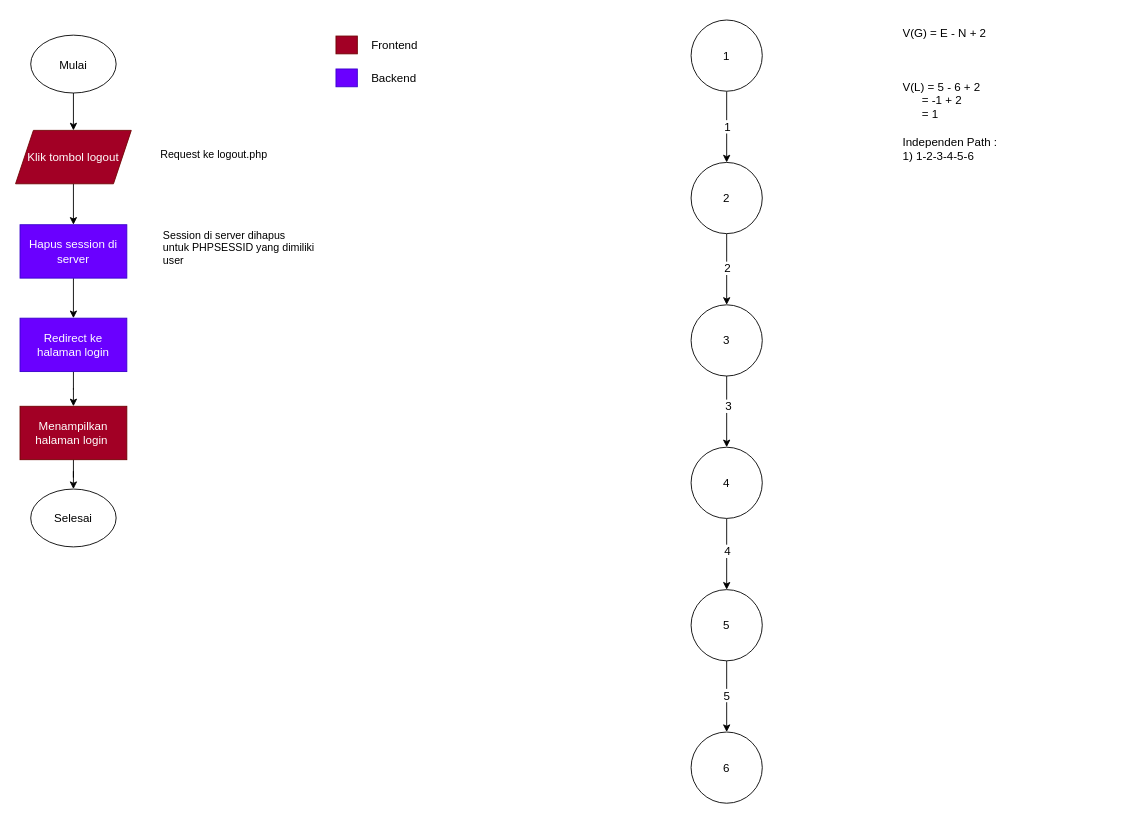
This is flowgraph/F04-logout-flowgraph/F04-logout-flowgraph.drawio from LRamdhan/white-box-testing-web-ulangan, a draw.io file, before an edit. Source tidied: cells renumbered, new cells numbered last; positions are measured from the earlier drawing's top-left corner, leaving out a move shared by most shapes. Both pictures are drawn from the tidied source at 89%, with x=0, y=0 at pixel (15, 20).
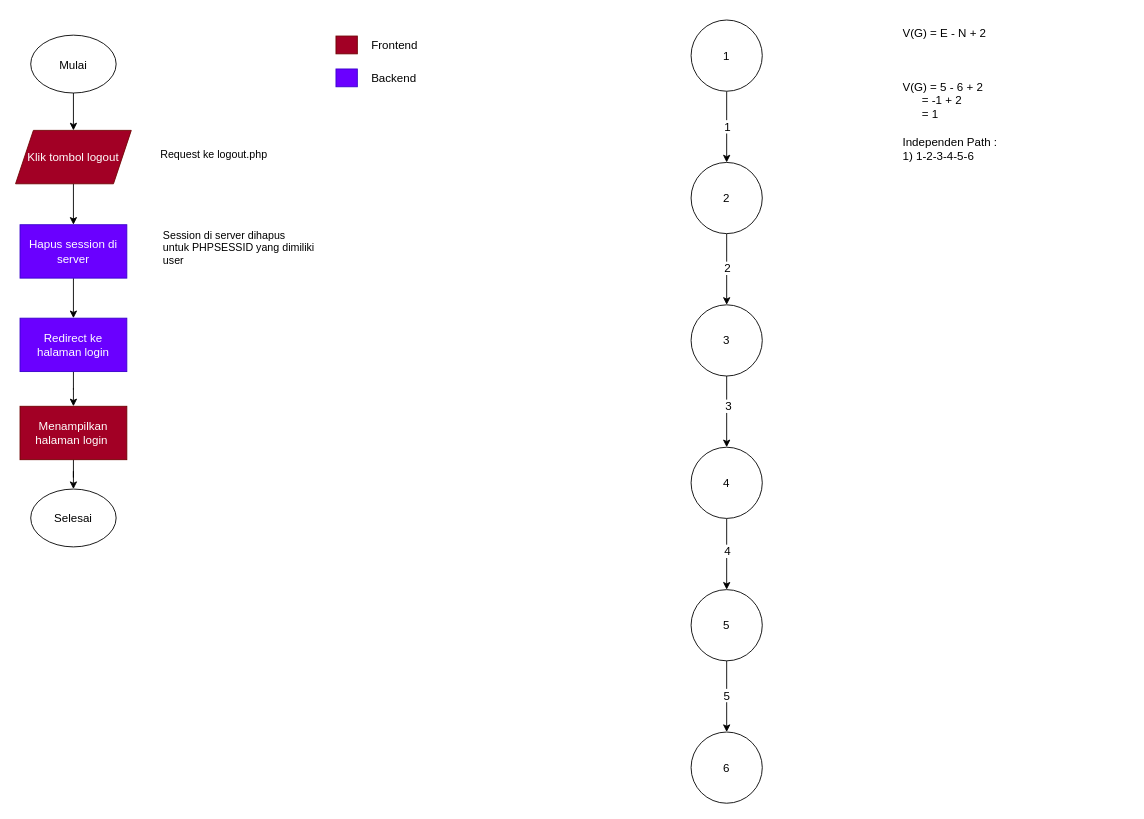
After the change.

The edit, as a diff of the source:
```diff
@@
-    <mxCell id="9" value="&lt;h3 style=&quot;font-size: 13px;&quot;&gt;&lt;span style=&quot;font-weight: 400; font-size: 13px;&quot;&gt;&lt;font style=&quot;font-size: 13px;&quot;&gt;V(G) = E - N + 2&lt;/font&gt;&lt;/span&gt;&lt;/h3&gt;&lt;div style=&quot;font-size: 13px;&quot;&gt;&lt;span style=&quot;font-weight: 400; font-size: 13px;&quot;&gt;&lt;font style=&quot;font-size: 13px;&quot;&gt;&lt;br style=&quot;font-size: 13px;&quot;&gt;&lt;/font&gt;&lt;/span&gt;&lt;/div&gt;&lt;div style=&quot;font-size: 13px;&quot;&gt;&lt;span style=&quot;font-weight: 400; font-size: 13px;&quot;&gt;&lt;font style=&quot;font-size: 13px;&quot;&gt;&lt;br style=&quot;font-size: 13px;&quot;&gt;&lt;/font&gt;&lt;/span&gt;&lt;/div&gt;&lt;div style=&quot;font-size: 13px;&quot;&gt;&lt;span style=&quot;font-weight: 400; font-size: 13px;&quot;&gt;&lt;font style=&quot;font-size: 13px;&quot;&gt;V(L) = 5 - 6 + 2&lt;/font&gt;&lt;/span&gt;&lt;/div&gt;&lt;div style=&quot;font-size: 13px;&quot;&gt;&lt;span style=&quot;font-weight: 400; font-size: 13px;&quot;&gt;&lt;font style=&quot;font-size: 13px;&quot;&gt;&amp;nbsp;&amp;nbsp;&lt;span style=&quot;font-size: 13px;&quot;&gt;&lt;span style=&quot;white-space: pre; font-size: 13px;&quot;&gt;&amp;nbsp;&amp;nbsp;&amp;nbsp;&amp;nbsp;&lt;/span&gt;&lt;/span&gt;= -1 + 2&lt;/font&gt;&lt;/span&gt;&lt;/div&gt;&lt;div style=&quot;font-size: 13px;&quot;&gt;&lt;span style=&quot;font-weight: 400; font-size: 13px;&quot;&gt;&lt;font style=&quot;font-size: 13px;&quot;&gt;&lt;span style=&quot;font-size: 13px;&quot;&gt;&lt;span style=&quot;white-space: pre; font-size: 13px;&quot;&gt;&amp;nbsp;&amp;nbsp;&amp;nbsp;&amp;nbsp;  &lt;/span&gt;&lt;/span&gt;= 1&lt;br style=&quot;font-size: 13px;&quot;&gt;&lt;/font&gt;&lt;/span&gt;&lt;/div&gt;&lt;div style=&quot;font-size: 13px;&quot;&gt;&lt;span style=&quot;font-weight: 400; font-size: 13px;&quot;&gt;&lt;font style=&quot;font-size: 13px;&quot;&gt;&lt;br style=&quot;font-size: 13px;&quot;&gt;&lt;/font&gt;&lt;/span&gt;&lt;/div&gt;&lt;div style=&quot;font-size: 13px;&quot;&gt;&lt;font style=&quot;font-size: 13px;&quot;&gt;Independen Path :&lt;br style=&quot;font-size: 13px;&quot;&gt;&lt;/font&gt;&lt;div style=&quot;font-size: 13px;&quot;&gt;&lt;font style=&quot;font-size: 13px;&quot;&gt;1) 1-2-3-4-5-6&lt;/font&gt;&lt;/div&gt;&lt;/div&gt;" style="text;html=1;strokeColor=none;fillColor=none;spacing=5;spacingTop=-20;whiteSpace=wrap;overflow=hidden;rounded=0;fontSize=13;" parent="1" vertex="1">
+    <mxCell id="9" value="&lt;h3 style=&quot;font-size: 13px;&quot;&gt;&lt;span style=&quot;font-weight: 400; font-size: 13px;&quot;&gt;&lt;font style=&quot;font-size: 13px;&quot;&gt;V(G) = E - N + 2&lt;/font&gt;&lt;/span&gt;&lt;/h3&gt;&lt;div style=&quot;font-size: 13px;&quot;&gt;&lt;span style=&quot;font-weight: 400; font-size: 13px;&quot;&gt;&lt;font style=&quot;font-size: 13px;&quot;&gt;&lt;br style=&quot;font-size: 13px;&quot;&gt;&lt;/font&gt;&lt;/span&gt;&lt;/div&gt;&lt;div style=&quot;font-size: 13px;&quot;&gt;&lt;span style=&quot;font-weight: 400; font-size: 13px;&quot;&gt;&lt;font style=&quot;font-size: 13px;&quot;&gt;&lt;br style=&quot;font-size: 13px;&quot;&gt;&lt;/font&gt;&lt;/span&gt;&lt;/div&gt;&lt;div style=&quot;font-size: 13px;&quot;&gt;&lt;span style=&quot;font-weight: 400; font-size: 13px;&quot;&gt;&lt;font style=&quot;font-size: 13px;&quot;&gt;V(G) = 5 - 6 + 2&lt;/font&gt;&lt;/span&gt;&lt;/div&gt;&lt;div style=&quot;font-size: 13px;&quot;&gt;&lt;span style=&quot;font-weight: 400; font-size: 13px;&quot;&gt;&lt;font style=&quot;font-size: 13px;&quot;&gt;&amp;nbsp;&amp;nbsp;&lt;span style=&quot;font-size: 13px;&quot;&gt;&lt;span style=&quot;white-space: pre; font-size: 13px;&quot;&gt;&amp;nbsp;&amp;nbsp;&amp;nbsp;&amp;nbsp;&lt;/span&gt;&lt;/span&gt;= -1 + 2&lt;/font&gt;&lt;/span&gt;&lt;/div&gt;&lt;div style=&quot;font-size: 13px;&quot;&gt;&lt;span style=&quot;font-weight: 400; font-size: 13px;&quot;&gt;&lt;font style=&quot;font-size: 13px;&quot;&gt;&lt;span style=&quot;font-size: 13px;&quot;&gt;&lt;span style=&quot;white-space: pre; font-size: 13px;&quot;&gt;&amp;nbsp;&amp;nbsp;&amp;nbsp;&amp;nbsp;  &lt;/span&gt;&lt;/span&gt;= 1&lt;br style=&quot;font-size: 13px;&quot;&gt;&lt;/font&gt;&lt;/span&gt;&lt;/div&gt;&lt;div style=&quot;font-size: 13px;&quot;&gt;&lt;span style=&quot;font-weight: 400; font-size: 13px;&quot;&gt;&lt;font style=&quot;font-size: 13px;&quot;&gt;&lt;br style=&quot;font-size: 13px;&quot;&gt;&lt;/font&gt;&lt;/span&gt;&lt;/div&gt;&lt;div style=&quot;font-size: 13px;&quot;&gt;&lt;font style=&quot;font-size: 13px;&quot;&gt;Independen Path :&lt;br style=&quot;font-size: 13px;&quot;&gt;&lt;/font&gt;&lt;div style=&quot;font-size: 13px;&quot;&gt;&lt;font style=&quot;font-size: 13px;&quot;&gt;1) 1-2-3-4-5-6&lt;/font&gt;&lt;/div&gt;&lt;/div&gt;" style="text;html=1;strokeColor=none;fillColor=none;spacing=5;spacingTop=-20;whiteSpace=wrap;overflow=hidden;rounded=0;fontSize=13;" parent="1" vertex="1">
       <mxGeometry x="992" y="5" width="258" height="299" as="geometry" />
     </mxCell>
```
